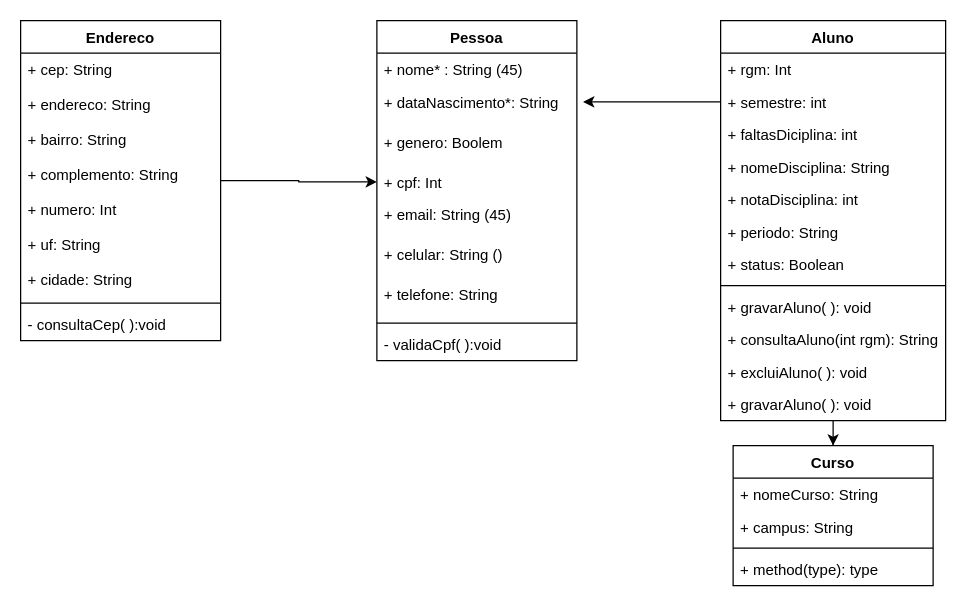
Above: Documentação/Cadastro de Aluno.drawio in athos005/unicid.cadastroAluno (draw.io), before the change. Source tidied: cells renumbered, new cells numbered last; positions are measured from the earlier drawing's top-left corner, leaving out a move shared by most shapes. Both pictures are drawn from the tidied source at 125%, with x=0, y=0 at pixel (20, 20).
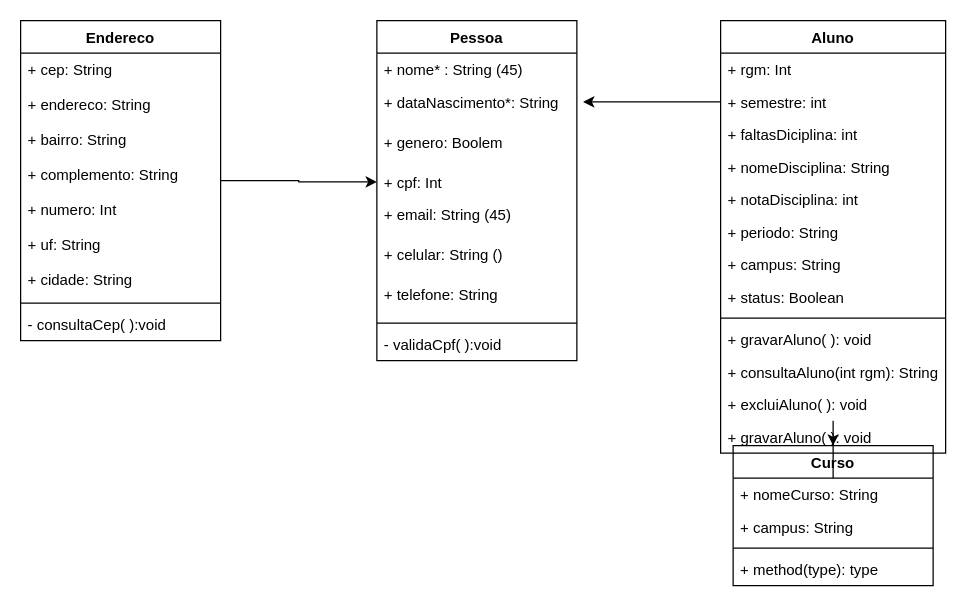
After the change.

What changed in the source:
```diff
@@
     <mxCell id="25" value="Aluno" style="swimlane;fontStyle=1;align=center;verticalAlign=top;horizontal=1;startSize=26;fillColor=none;" parent="1" vertex="1">
-      <mxGeometry x="560" width="180" height="320" as="geometry" />
+      <mxGeometry x="560" width="180" height="346" as="geometry" />
     </mxCell>
@@
+    <mxCell id="43" value="+ campus: String" style="text;strokeColor=none;fillColor=none;align=left;verticalAlign=top;spacingLeft=4;spacingRight=4;overflow=hidden;" parent="25" vertex="1">
+      <mxGeometry y="182" width="180" height="26" as="geometry" />
+    </mxCell>
     <mxCell id="32" value="+ status: Boolean" style="text;strokeColor=none;fillColor=none;align=left;verticalAlign=top;spacingLeft=4;spacingRight=4;overflow=hidden;" parent="25" vertex="1">
-      <mxGeometry y="182" width="180" height="26" as="geometry" />
+      <mxGeometry y="208" width="180" height="26" as="geometry" />
     </mxCell>
     <mxCell id="33" style="line;strokeWidth=1;fillColor=none;align=left;verticalAlign=middle;spacingTop=-1;spacingLeft=3;spacingRight=3;labelPosition=right;" parent="25" vertex="1">
-      <mxGeometry y="208" width="180" height="8" as="geometry" />
+      <mxGeometry y="234" width="180" height="8" as="geometry" />
     </mxCell>
     <mxCell id="34" value="+ gravarAluno( ): void" style="text;strokeColor=none;fillColor=none;align=left;verticalAlign=top;spacingLeft=4;spacingRight=4;overflow=hidden;" parent="25" vertex="1">
-      <mxGeometry y="216" width="180" height="26" as="geometry" />
+      <mxGeometry y="242" width="180" height="26" as="geometry" />
     </mxCell>
     <mxCell id="35" value="+ consultaAluno(int rgm): String" style="text;strokeColor=none;fillColor=none;align=left;verticalAlign=top;spacingLeft=4;spacingRight=4;overflow=hidden;" parent="25" vertex="1">
-      <mxGeometry y="242" width="180" height="26" as="geometry" />
+      <mxGeometry y="268" width="180" height="26" as="geometry" />
     </mxCell>
     <mxCell id="36" value="+ excluiAluno( ): void" style="text;strokeColor=none;fillColor=none;align=left;verticalAlign=top;spacingLeft=4;spacingRight=4;overflow=hidden;" parent="25" vertex="1">
-      <mxGeometry y="268" width="180" height="26" as="geometry" />
+      <mxGeometry y="294" width="180" height="26" as="geometry" />
     </mxCell>
     <mxCell id="37" value="+ gravarAluno( ): void" style="text;strokeColor=none;fillColor=none;align=left;verticalAlign=top;spacingLeft=4;spacingRight=4;overflow=hidden;" parent="25" vertex="1">
-      <mxGeometry y="294" width="180" height="26" as="geometry" />
+      <mxGeometry y="320" width="180" height="26" as="geometry" />
     </mxCell>
```
